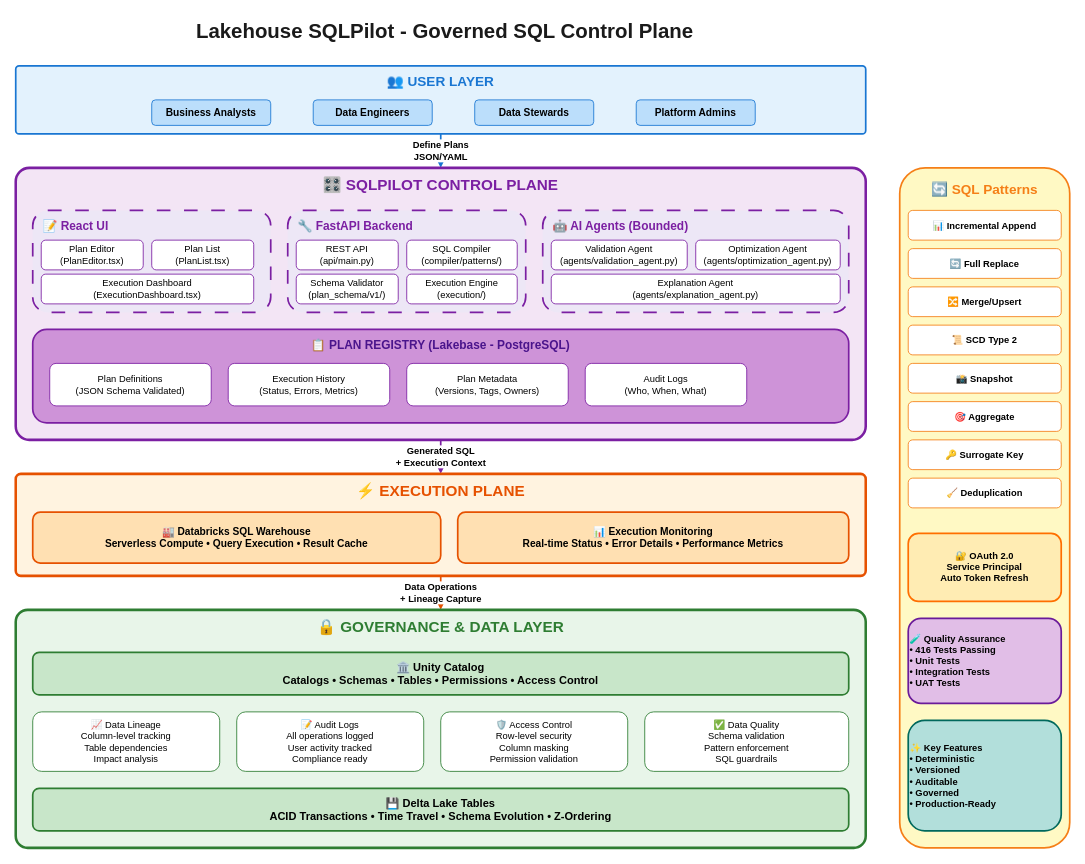
The draw.io diagram docs/architecture.drawio in dey-abhishek/lakehouse-sqlpilot, before the edit. Source tidied: cells renumbered, new cells numbered last; positions are measured from the earlier drawing's top-left corner, leaving out a move shared by most shapes. Both pictures are drawn from the tidied source at 85%, with x=0, y=0 at pixel (15, 14).
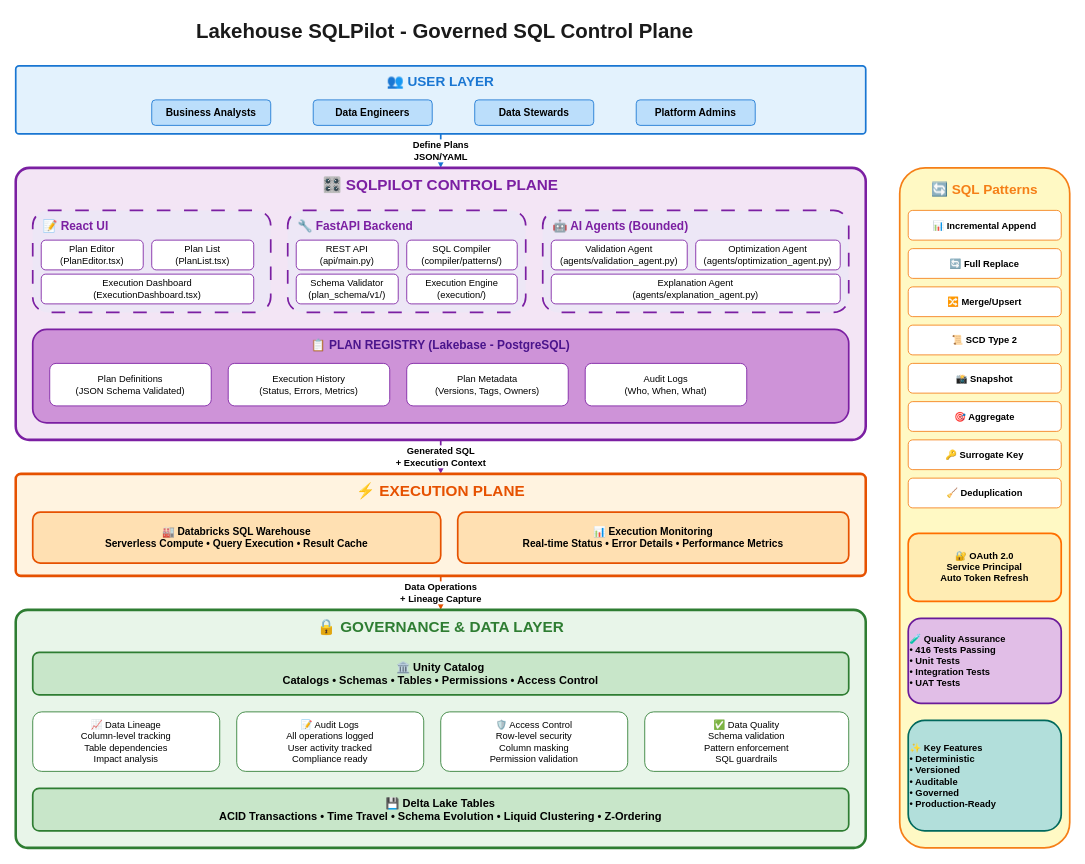
The same page after the edit.

Commit message:
docs: Add Liquid Clustering to Delta Lake in architecture diagram

Updated Delta Lake section to include:
- ACID Transactions
- Time Travel
- Schema Evolution
- Liquid Clustering (NEW)
- Z-Ordering

Ready for new PNG export.

Diff of the diagram source:
```diff
@@
-    <mxCell id="47" value="💾 Delta Lake Tables&#10;ACID Transactions • Time Travel • Schema Evolution • Z-Ordering" style="rounded=1;whiteSpace=wrap;html=1;fillColor=#C8E6C9;strokeColor=#2E7D32;strokeWidth=2;fontSize=13;fontStyle=1;" parent="1" vertex="1">
+    <mxCell id="47" value="💾 Delta Lake Tables&#10;ACID Transactions • Time Travel • Schema Evolution • Liquid Clustering • Z-Ordering" style="rounded=1;whiteSpace=wrap;html=1;fillColor=#C8E6C9;strokeColor=#2E7D32;strokeWidth=2;fontSize=13;fontStyle=1;" parent="1" vertex="1">
       <mxGeometry x="20" y="910" width="960" height="50" as="geometry" />
     </mxCell>
```
